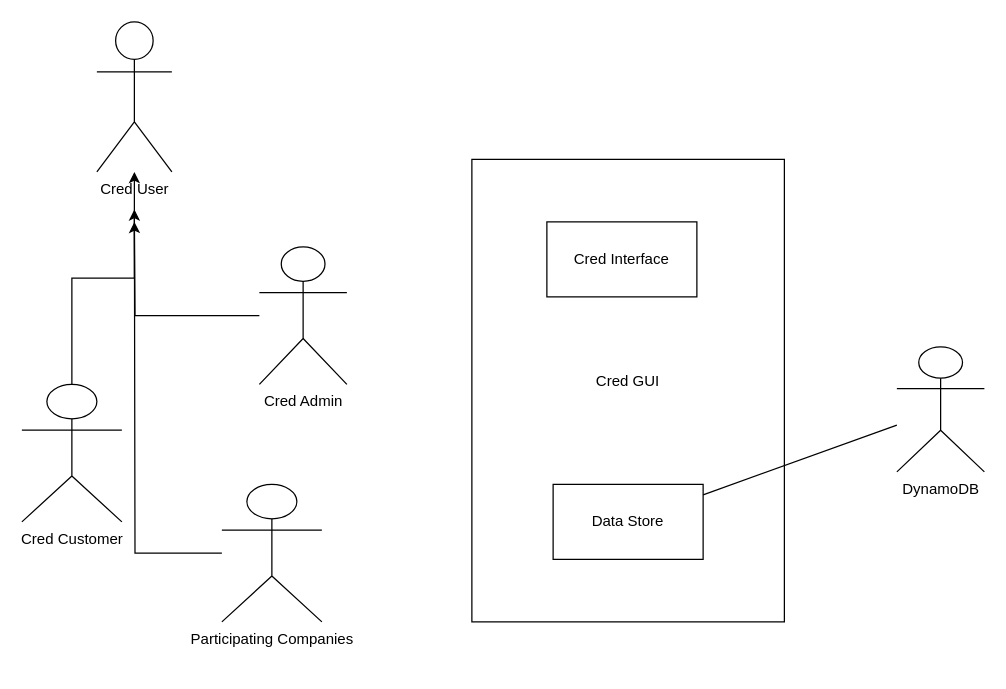
This is Untitled Diagram.drawio from norsechurros/Diagrams, a draw.io file, before an edit. Source tidied: cells renumbered, new cells numbered last; positions are measured from the earlier drawing's top-left corner, leaving out a move shared by most shapes. Both pictures are drawn from the tidied source at 125%, with x=0, y=0 at pixel (21, 21).
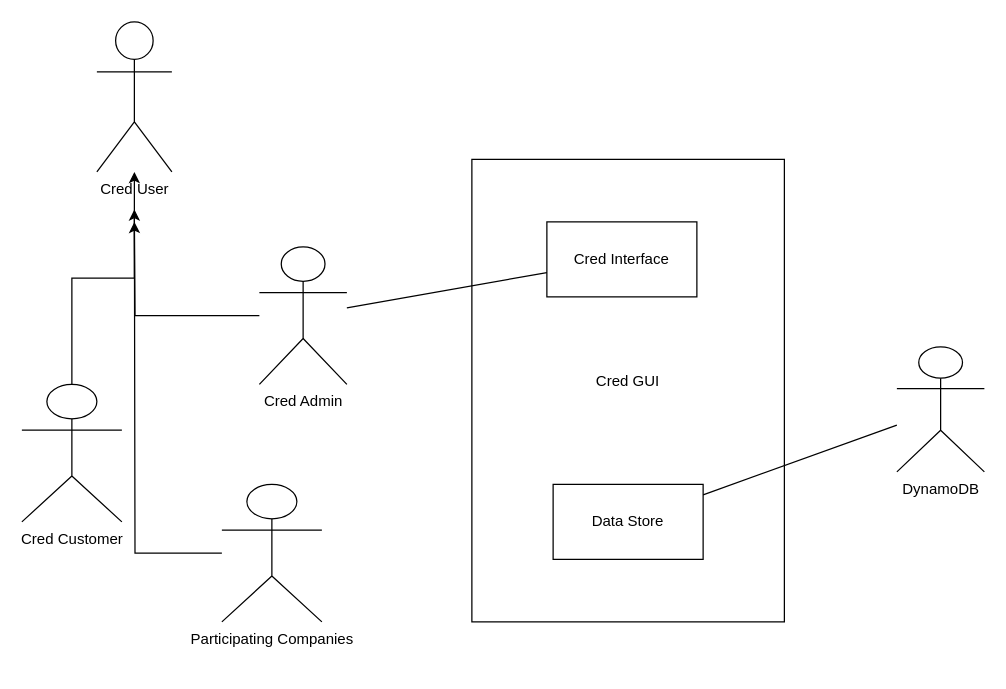
After the change.

What changed in the source:
```diff
@@
 <mxGraphModel>
   <root>
     <mxCell id="0" />
     <mxCell id="1" parent="0" />
     <mxCell id="2" value="&lt;div&gt;Cred User&lt;/div&gt;&lt;div&gt;&lt;br&gt;&lt;/div&gt;" style="shape=umlActor;verticalLabelPosition=bottom;verticalAlign=top;html=1;outlineConnect=0;" parent="1" vertex="1">
       <mxGeometry x="60" width="60" height="120" as="geometry" />
     </mxCell>
     <mxCell id="3" value="&lt;div&gt;Cred GUI&lt;/div&gt;&lt;div&gt;&lt;br&gt;&lt;/div&gt;" style="rounded=0;whiteSpace=wrap;html=1;" parent="1" vertex="1">
       <mxGeometry x="360" y="110" width="250" height="370" as="geometry" />
     </mxCell>
     <mxCell id="4" value="&lt;br&gt;&lt;div&gt;Cred Interface&lt;/div&gt;&lt;div&gt;&lt;br&gt;&lt;/div&gt;" style="rounded=0;whiteSpace=wrap;html=1;" parent="1" vertex="1">
       <mxGeometry x="420" y="160" width="120" height="60" as="geometry" />
     </mxCell>
     <mxCell id="5" style="edgeStyle=orthogonalEdgeStyle;rounded=0;jettySize=auto;html=1;" parent="1" edge="1" source="6">
       <mxGeometry relative="1" as="geometry">
         <mxPoint x="90" y="160" as="targetPoint" />
       </mxGeometry>
     </mxCell>
     <mxCell id="6" value="&lt;div&gt;Cred Admin&lt;/div&gt;&lt;div&gt;&lt;br&gt;&lt;/div&gt;" style="shape=umlActor;verticalLabelPosition=bottom;verticalAlign=top;html=1;outlineConnect=0;" parent="1" vertex="1">
       <mxGeometry x="190" y="180" width="70" height="110" as="geometry" />
     </mxCell>
     <mxCell id="7" style="edgeStyle=orthogonalEdgeStyle;rounded=0;jettySize=auto;html=1;" parent="1" edge="1" source="8">
       <mxGeometry relative="1" as="geometry">
         <mxPoint x="90" y="150" as="targetPoint" />
       </mxGeometry>
     </mxCell>
     <mxCell id="8" value="&lt;div&gt;Participating Companies&lt;/div&gt;&lt;div&gt;&lt;br&gt;&lt;/div&gt;" style="shape=umlActor;verticalLabelPosition=bottom;verticalAlign=top;html=1;outlineConnect=0;" parent="1" vertex="1">
       <mxGeometry x="160" y="370" width="80" height="110" as="geometry" />
     </mxCell>
     <mxCell id="9" style="edgeStyle=orthogonalEdgeStyle;rounded=0;jettySize=auto;html=1;" parent="1" edge="1" source="10" target="2">
       <mxGeometry relative="1" as="geometry">
         <Array as="points">
           <mxPoint x="40" y="205" />
           <mxPoint x="90" y="205" />
         </Array>
       </mxGeometry>
     </mxCell>
     <mxCell id="10" value="&lt;div&gt;Cred Customer&lt;/div&gt;&lt;div&gt;&lt;br&gt;&lt;/div&gt;" style="shape=umlActor;verticalLabelPosition=bottom;verticalAlign=top;html=1;outlineConnect=0;" parent="1" vertex="1">
       <mxGeometry y="290" width="80" height="110" as="geometry" />
     </mxCell>
     <mxCell id="11" value="&lt;div&gt;DynamoDB&lt;/div&gt;&lt;div&gt;&lt;br&gt;&lt;/div&gt;" style="shape=umlActor;verticalLabelPosition=bottom;verticalAlign=top;html=1;outlineConnect=0;" parent="1" vertex="1">
       <mxGeometry x="700" y="260" width="70" height="100" as="geometry" />
     </mxCell>
     <mxCell id="12" value="Data Store" style="rounded=0;whiteSpace=wrap;html=1;" parent="1" vertex="1">
       <mxGeometry x="425" y="370" width="120" height="60" as="geometry" />
     </mxCell>
     <mxCell id="13" style="endArrow=none;html=1;rounded=0;" parent="1" edge="1" source="12" target="11">
       <mxGeometry relative="1" as="geometry" />
     </mxCell>
+    <mxCell id="14" style="endArrow=none;html=1;rounded=0;" parent="1" edge="1" source="6" target="4">
+      <mxGeometry relative="1" as="geometry" />
+    </mxCell>
   </root>
 </mxGraphModel>
```
